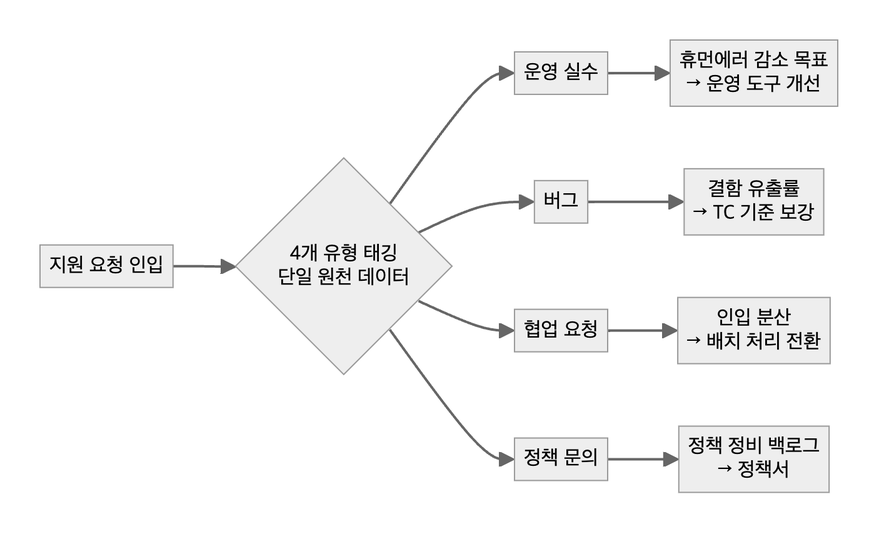
Above: 4-qa-playbook/img/05-source.png in ottoohan/career-portfolio (Mermaid), before the change. Its source is kept beside it as 4-qa-playbook/img/src/05-source.mmd.
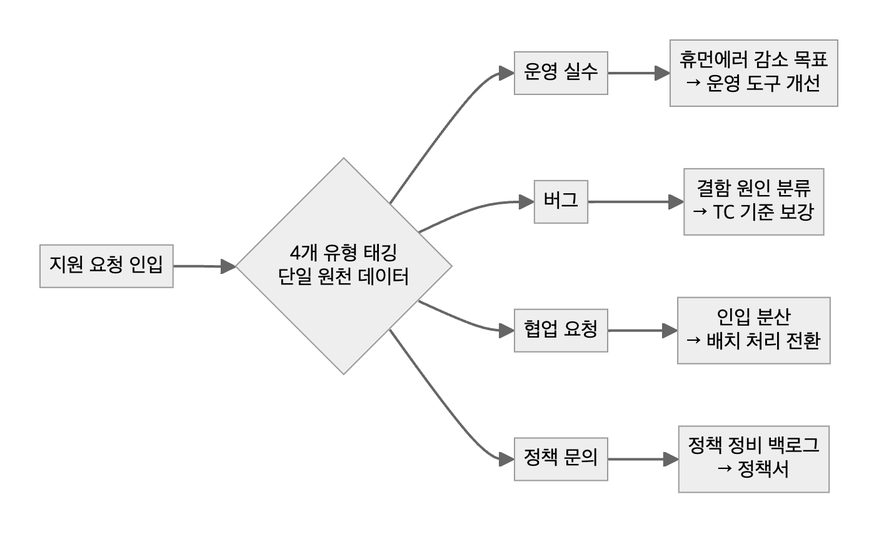
The same file after the commit.

Change to the diagram source:
```diff
@@ -5,6 +5,6 @@
   C --> D["협업 요청"]
   C --> E["정책 문의"]
   A --> G1["휴먼에러 감소 목표<br/>→ 운영 도구 개선"]
-  B --> G2["결함 유출률<br/>→ TC 기준 보강"]
+  B --> G2["결함 원인 분류<br/>→ TC 기준 보강"]
   D --> G3["인입 분산<br/>→ 배치 처리 전환"]
   E --> G4["정책 정비 백로그<br/>→ 정책서"]
```
